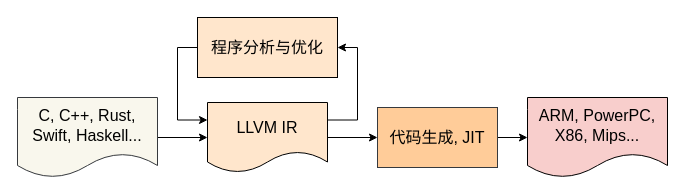
Above: thesis/llvmst.drawio in ABigDoge/MyDiagrams (draw.io), before the change. Source tidied: cells renumbered, new cells numbered last; positions are measured from the earlier drawing's top-left corner, leaving out a move shared by most shapes. Both pictures are drawn from the tidied source at 100%, with x=0, y=0 at pixel (17, 17).
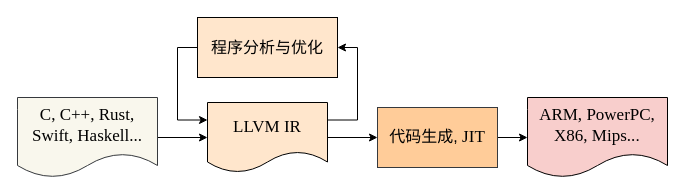
The same diagram, later.

What changed in the source:
```diff
@@
 <mxGraphModel>
   <root>
     <mxCell id="0" />
     <mxCell id="1" parent="0" />
     <mxCell id="2" style="edgeStyle=orthogonalEdgeStyle;rounded=0;jettySize=auto;html=1;" parent="1" edge="1" source="3" target="5">
       <mxGeometry relative="1" as="geometry" />
     </mxCell>
-    <mxCell id="3" value="&lt;div&gt;&lt;font style=&quot;font-size: 16px&quot;&gt;C, C++, Rust, Swift, Haskell...&lt;/font&gt;&lt;/div&gt;" style="shape=document;whiteSpace=wrap;html=1;boundedLbl=1;fillColor=#f9f7ed;strokeColor=#36393d;" parent="1" vertex="1">
+    <mxCell id="3" value="&lt;div&gt;&lt;font face=&quot;Times New Roman&quot; style=&quot;font-size: 17px;&quot;&gt;C, C++, Rust, Swift, Haskell...&lt;/font&gt;&lt;/div&gt;" style="shape=document;whiteSpace=wrap;html=1;boundedLbl=1;fillColor=#f9f7ed;strokeColor=#36393d;" parent="1" vertex="1">
       <mxGeometry y="80" width="140" height="80" as="geometry" />
     </mxCell>
     <mxCell id="4" style="edgeStyle=orthogonalEdgeStyle;rounded=0;jettySize=auto;html=1;" parent="1" edge="1" source="5" target="7">
       <mxGeometry relative="1" as="geometry" />
     </mxCell>
-    <mxCell id="5" value="&lt;font style=&quot;font-size: 16px&quot;&gt;LLVM IR&lt;/font&gt;" style="shape=document;whiteSpace=wrap;html=1;boundedLbl=1;fillColor=#ffe6cc;strokeColor=#000000;" parent="1" vertex="1">
+    <mxCell id="5" value="&lt;font face=&quot;Times New Roman&quot; style=&quot;font-size: 17px;&quot;&gt;LLVM IR&lt;/font&gt;" style="shape=document;whiteSpace=wrap;html=1;boundedLbl=1;fillColor=#ffe6cc;strokeColor=#000000;" parent="1" vertex="1">
       <mxGeometry x="190" y="85" width="120" height="70" as="geometry" />
     </mxCell>
     <mxCell id="6" style="edgeStyle=orthogonalEdgeStyle;rounded=0;jettySize=auto;html=1;" parent="1" edge="1" source="7" target="8">
       <mxGeometry relative="1" as="geometry" />
     </mxCell>
-    <mxCell id="7" value="&lt;font style=&quot;font-size: 16px&quot;&gt;代码生成, JIT&lt;/font&gt;" style="whiteSpace=wrap;html=1;fillColor=#ffcc99;strokeColor=#36393d;" parent="1" vertex="1">
+    <mxCell id="7" value="&lt;font style=&quot;&quot;&gt;&lt;span style=&quot;font-size: 16px;&quot;&gt;代码生成, &lt;/span&gt;&lt;font style=&quot;font-size: 17px;&quot; face=&quot;Times New Roman&quot;&gt;JIT&lt;/font&gt;&lt;/font&gt;" style="whiteSpace=wrap;html=1;fillColor=#ffcc99;strokeColor=#36393d;" parent="1" vertex="1">
       <mxGeometry x="360" y="90" width="120" height="60" as="geometry" />
     </mxCell>
-    <mxCell id="8" value="&lt;div style=&quot;font-size: 16px&quot;&gt;&lt;font style=&quot;font-size: 16px&quot;&gt;ARM,&amp;nbsp;&lt;/font&gt;&lt;span style=&quot;background-color: initial;&quot;&gt;PowerPC,&lt;/span&gt;&lt;/div&gt;&lt;div style=&quot;font-size: 16px&quot;&gt;&lt;font style=&quot;font-size: 16px&quot;&gt;X86, Mips...&lt;/font&gt;&lt;/div&gt;" style="shape=document;whiteSpace=wrap;html=1;boundedLbl=1;fillColor=#f8cecc;strokeColor=#000000;" parent="1" vertex="1">
+    <mxCell id="8" value="&lt;div style=&quot;font-size: 17px;&quot;&gt;&lt;font style=&quot;font-size: 17px;&quot; face=&quot;Times New Roman&quot;&gt;&lt;font style=&quot;font-size: 17px;&quot;&gt;ARM,&amp;nbsp;&lt;/font&gt;&lt;span style=&quot;background-color: initial;&quot;&gt;PowerPC,&lt;/span&gt;&lt;/font&gt;&lt;/div&gt;&lt;div style=&quot;font-size: 17px;&quot;&gt;&lt;font face=&quot;Times New Roman&quot; style=&quot;font-size: 17px;&quot;&gt;X86, Mips..&lt;/font&gt;&lt;font face=&quot;okeiMYgmep0lcBc6LFoL&quot; style=&quot;font-size: 17px;&quot;&gt;.&lt;/font&gt;&lt;/div&gt;" style="shape=document;whiteSpace=wrap;html=1;boundedLbl=1;fillColor=#f8cecc;strokeColor=#000000;" parent="1" vertex="1">
       <mxGeometry x="510" y="80" width="140" height="80" as="geometry" />
     </mxCell>
     <mxCell id="9" value="&lt;font style=&quot;font-size: 16px&quot;&gt;程序分析与优化&lt;br&gt;&lt;/font&gt;" style="whiteSpace=wrap;html=1;fillColor=#ffe6cc;strokeColor=#000000;" parent="1" vertex="1">
       <mxGeometry x="180" width="140" height="60" as="geometry" />
     </mxCell>
     <mxCell id="10" style="edgeStyle=elbowEdgeStyle;elbow=horizontal;endArrow=classic;html=1;rounded=0;exitX=0;exitY=0.5;exitDx=0;exitDy=0;entryX=0;entryY=0.25;entryDx=0;entryDy=0;" parent="1" edge="1" source="9" target="5">
       <mxGeometry relative="1" as="geometry">
         <Array as="points">
           <mxPoint x="160" y="60" />
         </Array>
       </mxGeometry>
     </mxCell>
     <mxCell id="11" style="edgeStyle=elbowEdgeStyle;elbow=horizontal;endArrow=classic;html=1;rounded=0;entryX=1;entryY=0.5;entryDx=0;entryDy=0;exitX=1;exitY=0.25;exitDx=0;exitDy=0;" parent="1" edge="1" source="5" target="9">
       <mxGeometry relative="1" as="geometry">
         <Array as="points">
           <mxPoint x="340" y="50" />
           <mxPoint x="330" y="55" />
         </Array>
       </mxGeometry>
     </mxCell>
   </root>
 </mxGraphModel>
```
